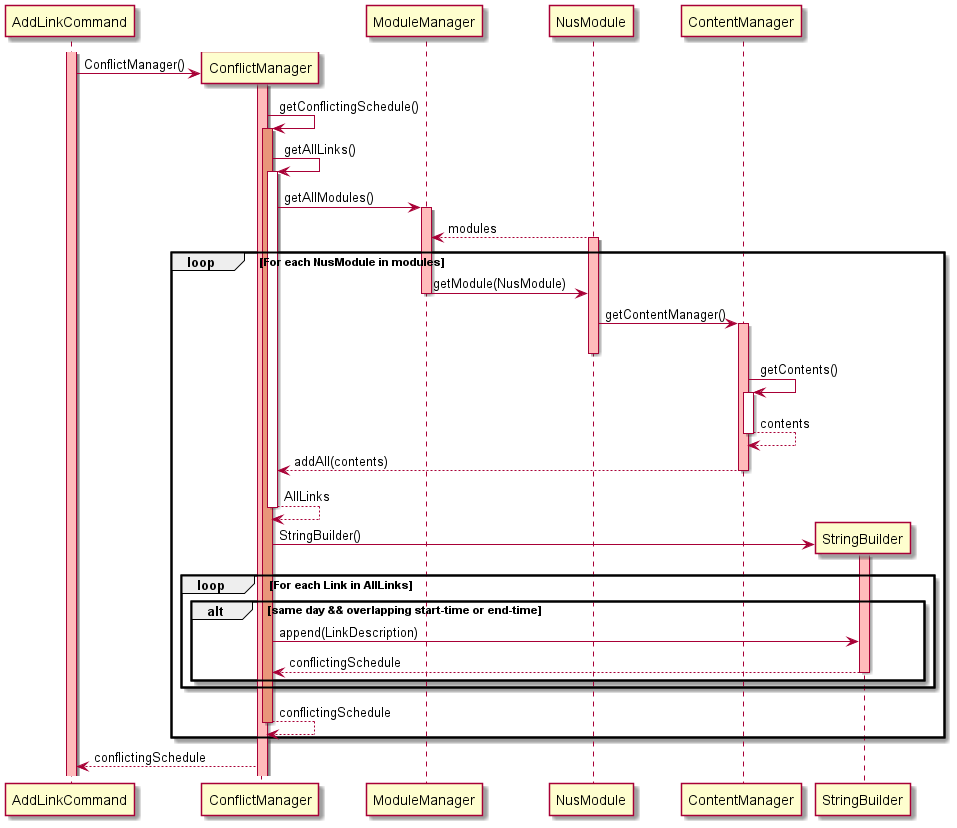
This is docs/attachments/ConflictManagerSequenceDiagram.png from nus-cs2113-AY2122S1/tp, a PlantUML export, as it was before one commit. Source of this version:
```plantuml
@startuml
Activate AddLinkCommand #FFBBBB
create ConflictManager
AddLinkCommand -> ConflictManager: ConflictManager()
Activate ConflictManager #FFBBBB

ConflictManager -> ConflictManager: getConflictingSchedule()
Activate ConflictManager #DarkSalmon

ConflictManager -> ConflictManager: getAllLinks()
Activate ConflictManager

ConflictManager -> ModuleManager: getAllModules()
Activate ModuleManager #FFBBBB
NusModule --> ModuleManager: modules
Activate NusModule #FFBBBB

loop For each NusModule in modules
    ModuleManager -> NusModule: getModule(NusModule)
    Deactivate ModuleManager
    NusModule -> ContentManager : getContentManager()
    Activate ContentManager #FFBBBB
    Deactivate NusModule
    ContentManager -> ContentManager: getContents()
    Activate ContentManager
    ContentManager --> ContentManager: contents
    Deactivate ContentManager
    ContentManager --> ConflictManager: addAll(contents)
    Deactivate ContentManager
    ConflictManager --> ConflictManager: AllLinks
    Deactivate ConflictManager

    create StringBuilder
    ConflictManager -> StringBuilder: StringBuilder()
    Activate StringBuilder #FFBBBB

    loop For each Link in AllLinks
        alt same day && overlapping start-time or end-time
        ConflictManager -> StringBuilder: append(LinkDescription)
        StringBuilder --> ConflictManager: conflictingSchedule
        Deactivate StringBuilder
    end
end

ConflictManager --> ConflictManager: conflictingSchedule
Deactivate ConflictManager
end

ConflictManager --> AddLinkCommand: conflictingSchedule
@enduml
```
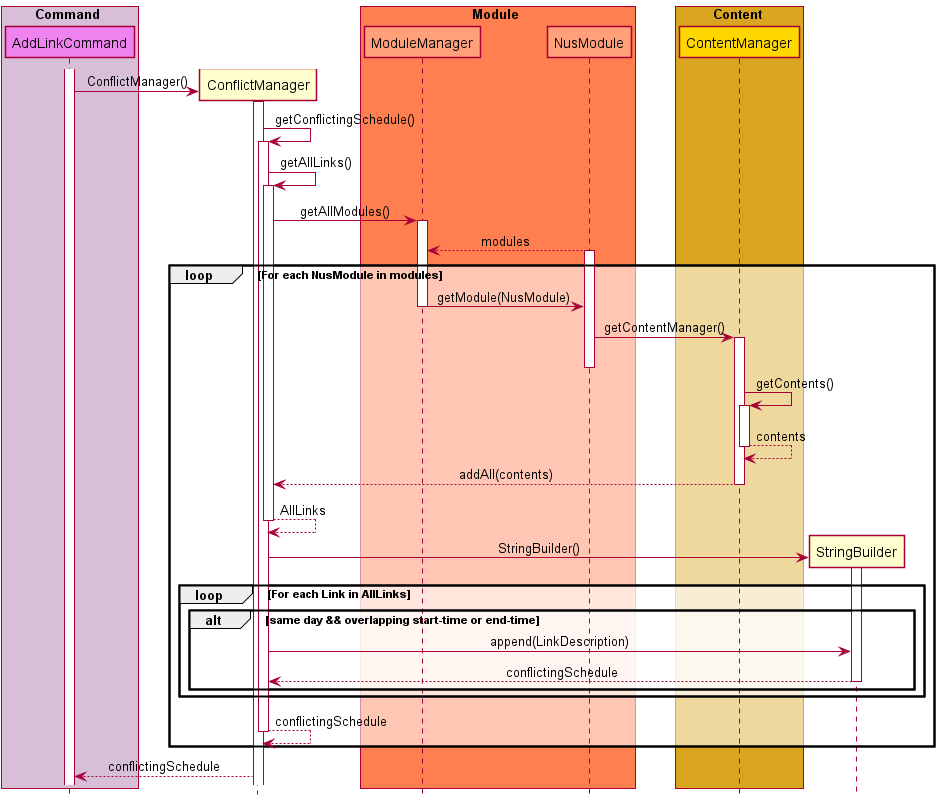
The same diagram one commit later.

Commit message:
Update timetable diagram with colors

Diff of the diagram source:
```diff
@@ -1,25 +1,43 @@
 @startuml
-Activate AddLinkCommand #FFBBBB
+
+!include SequenceStyle.puml
+
+box Command COMMAND_BOX_COLOR
+participant AddLinkCommand as AddLinkCommand COMMAND_COLOR
+endbox
+
+participant ConflictManager as ConflictManager
+
+box Module MODULE_BOX_COLOR
+participant ModuleManager as ModuleManager MODULE_COLOR
+participant NusModule as NusModule MODULE_COLOR
+endbox
+
+box Content CONTENT_BOX_COLOR
+participant ContentManager as ContentManager CONTENT_COLOR
+endbox
+
+Activate AddLinkCommand
 create ConflictManager
 AddLinkCommand -> ConflictManager: ConflictManager()
-Activate ConflictManager #FFBBBB
+Activate ConflictManager
 
 ConflictManager -> ConflictManager: getConflictingSchedule()
-Activate ConflictManager #DarkSalmon
+Activate ConflictManager
 
 ConflictManager -> ConflictManager: getAllLinks()
 Activate ConflictManager
 
 ConflictManager -> ModuleManager: getAllModules()
-Activate ModuleManager #FFBBBB
+Activate ModuleManager
 NusModule --> ModuleManager: modules
-Activate NusModule #FFBBBB
+Activate NusModule
 
 loop For each NusModule in modules
     ModuleManager -> NusModule: getModule(NusModule)
     Deactivate ModuleManager
     NusModule -> ContentManager : getContentManager()
-    Activate ContentManager #FFBBBB
+    Activate ContentManager
     Deactivate NusModule
     ContentManager -> ContentManager: getContents()
     Activate ContentManager
@@ -32,7 +50,7 @@
 
     create StringBuilder
     ConflictManager -> StringBuilder: StringBuilder()
-    Activate StringBuilder #FFBBBB
+    Activate StringBuilder
 
     loop For each Link in AllLinks
         alt same day && overlapping start-time or end-time
```
